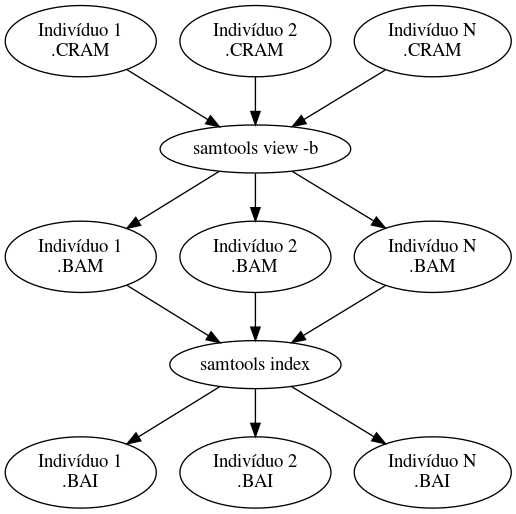
Julio-Anjos/HCPA-Projects keeps this Graphviz diagram as alef/tex/img/stage1_orig.png. Above is the earlier version. Its source is kept beside it as alef/tex/img/stage1_orig.dot.
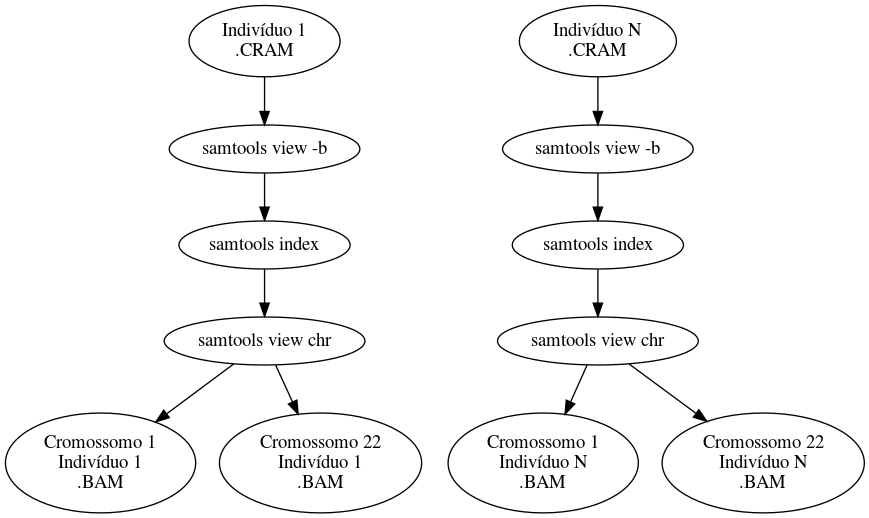
The same diagram one commit later.

Change to the diagram source:
```diff
@@ -1,32 +1,33 @@
 digraph G {
   CRAM1 [ label="Indivíduo 1\n.CRAM" ]
-  CRAM2 [ label="Indivíduo 2\n.CRAM" ]
   CRAMN [ label="Indivíduo N\n.CRAM" ]
 
-  view [ label = "samtools view -b" ]
-  index [ label = "samtools index" ]
+  view1 [ label = "samtools view -b" ]
+  viewN [ label = "samtools view -b" ]
+  index1 [ label = "samtools index" ]
+  indexN [ label = "samtools index" ]
 
-  BAM1 [ label="Indivíduo 1\n.BAM" ]
-  BAM2 [ label="Indivíduo 2\n.BAM" ]
-  BAMN [ label="Indivíduo N\n.BAM" ]
+  viewchr1 [ label = "samtools view chr" ]
+  viewchrN [ label = "samtools view chr" ]
 
-  BAI1 [ label="Indivíduo 1\n.BAI" ]
-  BAI2 [ label="Indivíduo 2\n.BAI" ]
-  BAIN [ label="Indivíduo N\n.BAI" ]
+  CHR1_1 [ label="Cromossomo 1\nIndivíduo 1\n.BAM" ]
+  CHR22_1 [ label="Cromossomo 22\nIndivíduo 1\n.BAM" ]
 
-  CRAM1 -> view
-  CRAM2 -> view
-  CRAMN -> view
+  CHR1_N [ label="Cromossomo 1\nIndivíduo N\n.BAM" ]
+  CHR22_N [ label="Cromossomo 22\nIndivíduo N\n.BAM" ]
 
-  view -> BAM1
-  view -> BAM2
-  view -> BAMN
+  CRAM1 -> view1
+  CRAMN -> viewN
 
-  BAM1 -> index
-  BAM2 -> index
-  BAMN -> index
+  view1 -> index1
+  viewN -> indexN
 
-  index -> BAI1
-  index -> BAI2
-  index -> BAIN
+  index1 -> viewchr1
+  indexN -> viewchrN
+
+  viewchr1 -> CHR1_1
+  viewchrN -> CHR1_N
+
+  viewchr1 -> CHR22_1
+  viewchrN -> CHR22_N
 }
```
